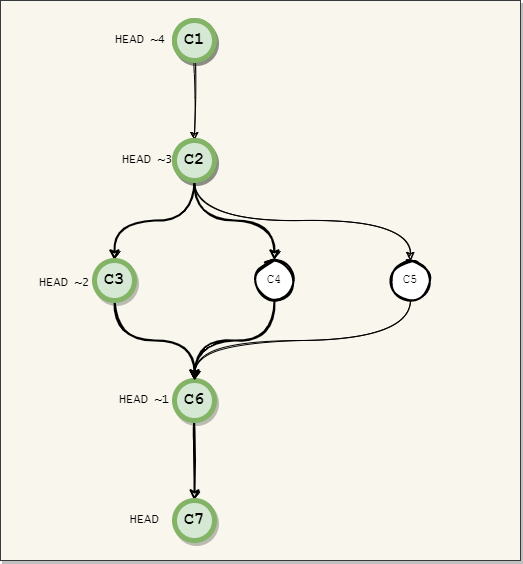
The draw.io diagram assets/images/git-selectors-tilde.png in braboj/tutorial-git, before a commit. Source tidied: cells renumbered, new cells last; positions are measured from the earlier drawing's top-left corner, leaving out a move shared by most shapes.
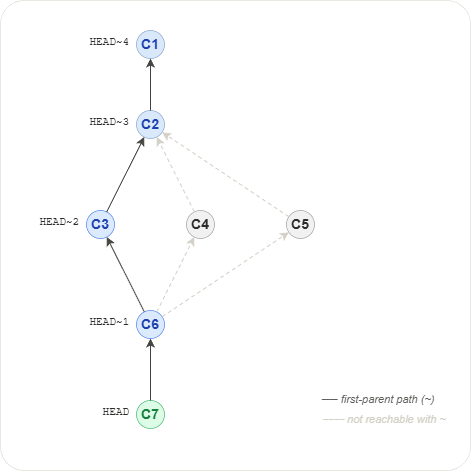
The same diagram one commit later.

Diff of the diagram source:
```diff
@@ -2,81 +2,74 @@
   <root>
     <mxCell id="0" />
     <mxCell id="1" parent="0" />
-    <mxCell id="2" style="whiteSpace=wrap;html=1;shadow=1;fillStyle=auto;sketch=0;fillColor=#f9f7ed;strokeColor=#36393d;" parent="1" vertex="1">
-      <mxGeometry width="520" height="560" as="geometry" />
-    </mxCell>
-    <mxCell id="3" style="edgeStyle=orthogonalEdgeStyle;jettySize=auto;html=1;exitX=0.5;exitY=1;exitDx=0;exitDy=0;sketch=1;curved=1;" parent="1" edge="1" source="15" target="7">
-      <mxGeometry relative="1" as="geometry" />
-    </mxCell>
-    <mxCell id="4" style="edgeStyle=orthogonalEdgeStyle;jettySize=auto;html=1;exitX=0.5;exitY=1;exitDx=0;exitDy=0;entryX=0.5;entryY=0;entryDx=0;entryDy=0;strokeWidth=2;sketch=1;curved=1;" parent="1" edge="1" source="7" target="11">
-      <mxGeometry relative="1" as="geometry" />
-    </mxCell>
-    <mxCell id="5" style="edgeStyle=orthogonalEdgeStyle;jettySize=auto;html=1;entryX=0.5;entryY=0;entryDx=0;entryDy=0;exitX=0.5;exitY=1;exitDx=0;exitDy=0;strokeWidth=2;sketch=1;curved=1;" parent="1" edge="1" source="7" target="9">
-      <mxGeometry relative="1" as="geometry" />
-    </mxCell>
-    <mxCell id="6" style="edgeStyle=orthogonalEdgeStyle;jettySize=auto;html=1;entryX=0.5;entryY=0;entryDx=0;entryDy=0;exitX=0.5;exitY=1;exitDx=0;exitDy=0;sketch=1;curved=1;" parent="1" edge="1" source="7" target="22">
-      <mxGeometry relative="1" as="geometry" />
-    </mxCell>
-    <mxCell id="7" value="C2" style="ellipse;whiteSpace=wrap;html=1;strokeWidth=5;shadow=1;sketch=0;fillColor=#d5e8d4;strokeColor=#82b366;" parent="1" vertex="1">
-      <mxGeometry x="174" y="140" width="40" height="40" as="geometry" />
-    </mxCell>
-    <mxCell id="8" style="edgeStyle=orthogonalEdgeStyle;jettySize=auto;html=1;exitX=0.5;exitY=1;exitDx=0;exitDy=0;strokeWidth=2;sketch=1;curved=1;" parent="1" edge="1" source="9" target="13">
-      <mxGeometry relative="1" as="geometry" />
-    </mxCell>
+    <mxCell id="25" style="rounded=1;whiteSpace=wrap;html=1;fillColor=#FFFFFF;strokeColor=#D3D1C7;strokeWidth=0.5;shadow=0;arcSize=5;" parent="1" vertex="1">
+      <mxGeometry y="-10" width="470" height="470" as="geometry" />
+    </mxCell>
+    <mxCell id="26" value="C1" style="ellipse;whiteSpace=wrap;html=1;fillColor=#dae8fc;strokeColor=#6c8ebf;strokeWidth=0.5;shadow=0;fontSize=14;fontStyle=1;fontFamily=Helvetica;fontColor=#1E40AF;" parent="1" vertex="1">
+      <mxGeometry x="136" y="20" width="28" height="28" as="geometry" />
+    </mxCell>
+    <mxCell id="27" value="HEAD~4" style="text;html=1;strokeColor=none;fillColor=none;align=right;verticalAlign=middle;fontSize=11;fontStyle=0;fontColor=#2C2C2A;fontFamily=Courier New;" parent="1" vertex="1">
+      <mxGeometry x="50" y="23" width="80" height="18" as="geometry" />
+    </mxCell>
+    <mxCell id="28" value="C2" style="ellipse;whiteSpace=wrap;html=1;fillColor=#dae8fc;strokeColor=#6c8ebf;strokeWidth=0.5;shadow=0;fontSize=14;fontStyle=1;fontFamily=Helvetica;fontColor=#1E40AF;" parent="1" vertex="1">
+      <mxGeometry x="136" y="100" width="28" height="28" as="geometry" />
+    </mxCell>
+    <mxCell id="29" value="HEAD~3" style="text;html=1;strokeColor=none;fillColor=none;align=right;verticalAlign=middle;fontSize=11;fontStyle=0;fontColor=#2C2C2A;fontFamily=Courier New;" parent="1" vertex="1">
+      <mxGeometry x="50" y="103" width="80" height="18" as="geometry" />
+    </mxCell>
-    <mxCell id="9" value="C3" style="ellipse;whiteSpace=wrap;html=1;strokeWidth=5;sketch=0;fillColor=#d5e8d4;strokeColor=#82b366;shadow=1;fontSize=17;fontStyle=1;fontFamily=Courier New;" parent="1" vertex="1">
-      <mxGeometry x="94" y="260" width="40" height="40" as="geometry" />
+    <mxCell id="9" value="C3" style="ellipse;whiteSpace=wrap;html=1;fillColor=#DBEAFE;strokeColor=#2563EB;strokeWidth=0.5;shadow=0;fontSize=14;fontStyle=1;fontColor=#1E40AF;fontFamily=Helvetica;" parent="1" vertex="1">
+      <mxGeometry x="86" y="200" width="28" height="28" as="geometry" />
     </mxCell>
-    <mxCell id="10" style="edgeStyle=orthogonalEdgeStyle;jettySize=auto;html=1;exitX=0.5;exitY=1;exitDx=0;exitDy=0;strokeWidth=2;sketch=1;curved=1;" parent="1" edge="1" source="11">
-      <mxGeometry relative="1" as="geometry">
-        <mxPoint x="194" y="380" as="targetPoint" />
-      </mxGeometry>
-    </mxCell>
+    <mxCell id="30" value="HEAD~2" style="text;html=1;strokeColor=none;fillColor=none;align=right;verticalAlign=middle;fontSize=11;fontStyle=0;fontColor=#2C2C2A;fontFamily=Courier New;" parent="1" vertex="1">
+      <mxGeometry y="203" width="80" height="18" as="geometry" />
+    </mxCell>
-    <mxCell id="11" value="C4" style="ellipse;whiteSpace=wrap;html=1;strokeWidth=2;sketch=1;fontFamily=Courier New;" parent="1" vertex="1">
-      <mxGeometry x="254" y="260" width="40" height="40" as="geometry" />
+    <mxCell id="11" value="C4" style="ellipse;whiteSpace=wrap;html=1;fillColor=#F1F1F1;strokeColor=#888888;strokeWidth=0.5;shadow=0;fontSize=14;fontStyle=1;fontColor=#2C2C2A;fontFamily=Helvetica;" parent="1" vertex="1">
+      <mxGeometry x="186" y="200" width="28" height="28" as="geometry" />
     </mxCell>
-    <mxCell id="12" style="edgeStyle=orthogonalEdgeStyle;jettySize=auto;html=1;strokeWidth=2;sketch=1;curved=1;" parent="1" edge="1" source="13" target="14">
-      <mxGeometry relative="1" as="geometry" />
-    </mxCell>
+    <mxCell id="22" value="C5" style="ellipse;whiteSpace=wrap;html=1;fillColor=#F1F1F1;strokeColor=#888888;strokeWidth=0.5;shadow=0;fontSize=14;fontStyle=1;fontColor=#2C2C2A;fontFamily=Helvetica;" parent="1" vertex="1">
+      <mxGeometry x="286" y="200" width="28" height="28" as="geometry" />
+    </mxCell>
-    <mxCell id="13" value="C6" style="ellipse;whiteSpace=wrap;html=1;strokeWidth=5;sketch=0;fillColor=#d5e8d4;strokeColor=#82b366;shadow=1;fontSize=17;fontStyle=1;fontFamily=Courier New;" parent="1" vertex="1">
-      <mxGeometry x="174" y="380" width="40" height="40" as="geometry" />
+    <mxCell id="13" value="C6" style="ellipse;whiteSpace=wrap;html=1;fillColor=#DBEAFE;strokeColor=#2563EB;strokeWidth=0.5;shadow=0;fontSize=14;fontStyle=1;fontColor=#1E40AF;fontFamily=Helvetica;" parent="1" vertex="1">
+      <mxGeometry x="136" y="300" width="28" height="28" as="geometry" />
     </mxCell>
+    <mxCell id="31" value="HEAD~1" style="text;html=1;strokeColor=none;fillColor=none;align=right;verticalAlign=middle;fontSize=11;fontStyle=0;fontColor=#2C2C2A;fontFamily=Courier New;" parent="1" vertex="1">
+      <mxGeometry x="50" y="303" width="80" height="18" as="geometry" />
+    </mxCell>
-    <mxCell id="14" value="C7" style="ellipse;whiteSpace=wrap;html=1;strokeWidth=5;sketch=0;fillColor=#d5e8d4;strokeColor=#82b366;shadow=1;fontSize=17;fontStyle=1;fontFamily=Courier New;" parent="1" vertex="1">
-      <mxGeometry x="174" y="500" width="40" height="40" as="geometry" />
+    <mxCell id="14" value="C7" style="ellipse;whiteSpace=wrap;html=1;fillColor=#DCFCE7;strokeColor=#16A34A;strokeWidth=0.5;shadow=0;fontSize=14;fontStyle=1;fontColor=#15803D;fontFamily=Helvetica;" parent="1" vertex="1">
+      <mxGeometry x="136" y="390" width="28" height="28" as="geometry" />
     </mxCell>
-    <mxCell id="15" value="C1" style="ellipse;whiteSpace=wrap;html=1;strokeWidth=5;shadow=1;sketch=0;fillColor=#d5e8d4;strokeColor=#82b366;" parent="1" vertex="1">
-      <mxGeometry x="174" y="20" width="40" height="40" as="geometry" />
-    </mxCell>
-    <mxCell id="16" value="HEAD" style="text;html=1;strokeColor=none;fillColor=none;align=center;verticalAlign=middle;whiteSpace=wrap;sketch=1;fontFamily=Lucida Console;" parent="1" vertex="1">
-      <mxGeometry x="114" y="505" width="60" height="30" as="geometry" />
+    <mxCell id="16" value="HEAD" style="text;html=1;strokeColor=none;fillColor=none;align=right;verticalAlign=middle;fontSize=11;fontStyle=0;fontColor=#2C2C2A;fontFamily=Courier New;" parent="1" vertex="1">
+      <mxGeometry x="50" y="393" width="80" height="18" as="geometry" />
     </mxCell>
-    <mxCell id="17" value="HEAD ~1" style="text;html=1;strokeColor=none;fillColor=none;align=center;verticalAlign=middle;whiteSpace=wrap;sketch=1;fontFamily=Lucida Console;" parent="1" vertex="1">
-      <mxGeometry x="114" y="385" width="60" height="30" as="geometry" />
-    </mxCell>
-    <mxCell id="18" value="HEAD ~2" style="text;html=1;strokeColor=none;fillColor=none;align=center;verticalAlign=middle;whiteSpace=wrap;sketch=1;fontFamily=Lucida Console;" parent="1" vertex="1">
-      <mxGeometry x="34" y="265" width="60" height="35" as="geometry" />
-    </mxCell>
-    <mxCell id="19" value="HEAD ~3" style="text;html=1;strokeColor=none;fillColor=none;align=center;verticalAlign=middle;whiteSpace=wrap;sketch=1;fontFamily=Lucida Console;" parent="1" vertex="1">
-      <mxGeometry x="120" y="145" width="54" height="30" as="geometry" />
-    </mxCell>
-    <mxCell id="20" value="HEAD ~4&lt;br&gt;" style="text;html=1;strokeColor=none;fillColor=none;align=center;verticalAlign=middle;whiteSpace=wrap;sketch=1;fontFamily=Lucida Console;" parent="1" vertex="1">
-      <mxGeometry x="110" y="30" width="60" height="20" as="geometry" />
-    </mxCell>
-    <mxCell id="21" style="edgeStyle=orthogonalEdgeStyle;jettySize=auto;html=1;entryX=0.5;entryY=0;entryDx=0;entryDy=0;sketch=1;curved=1;" parent="1" edge="1" source="22" target="13">
-      <mxGeometry relative="1" as="geometry">
-        <Array as="points">
-          <mxPoint x="410" y="340" />
-          <mxPoint x="194" y="340" />
-        </Array>
-      </mxGeometry>
-    </mxCell>
-    <mxCell id="22" value="C5" style="ellipse;whiteSpace=wrap;html=1;strokeWidth=2;sketch=1;fontFamily=Courier New;" parent="1" vertex="1">
-      <mxGeometry x="390" y="260" width="40" height="40" as="geometry" />
-    </mxCell>
-    <mxCell id="23" value="C1" style="ellipse;whiteSpace=wrap;html=1;strokeWidth=5;shadow=1;sketch=0;fillColor=#d5e8d4;strokeColor=#82b366;fontSize=17;fontStyle=1;fontFamily=Courier New;" parent="1" vertex="1">
-      <mxGeometry x="174" y="20" width="40" height="40" as="geometry" />
-    </mxCell>
-    <mxCell id="24" value="C2" style="ellipse;whiteSpace=wrap;html=1;strokeWidth=5;shadow=1;sketch=0;fillColor=#d5e8d4;strokeColor=#82b366;fontSize=17;fontStyle=1;fontFamily=Courier New;" parent="1" vertex="1">
-      <mxGeometry x="174" y="140" width="40" height="40" as="geometry" />
-    </mxCell>
+    <mxCell id="32" style="endArrow=classic;html=1;strokeColor=#444441;strokeWidth=1;endFill=1;endSize=6;" parent="1" edge="1" source="14" target="13">
+      <mxGeometry relative="1" as="geometry" />
+    </mxCell>
+    <mxCell id="33" style="endArrow=classic;html=1;strokeColor=#444441;strokeWidth=1;endFill=1;endSize=6;" parent="1" edge="1" source="13" target="9">
+      <mxGeometry relative="1" as="geometry" />
+    </mxCell>
+    <mxCell id="34" style="endArrow=classic;html=1;strokeColor=#D3D1C7;strokeWidth=1;endFill=1;endSize=6;dashed=1;dashPattern=4 3;" parent="1" edge="1" source="13" target="11">
+      <mxGeometry relative="1" as="geometry" />
+    </mxCell>
+    <mxCell id="35" style="endArrow=classic;html=1;strokeColor=#D3D1C7;strokeWidth=1;endFill=1;endSize=6;dashed=1;dashPattern=4 3;" parent="1" edge="1" source="13" target="22">
+      <mxGeometry relative="1" as="geometry" />
+    </mxCell>
+    <mxCell id="36" style="endArrow=classic;html=1;strokeColor=#444441;strokeWidth=1;endFill=1;endSize=6;" parent="1" edge="1" source="9" target="28">
+      <mxGeometry relative="1" as="geometry" />
+    </mxCell>
+    <mxCell id="37" style="endArrow=classic;html=1;strokeColor=#D3D1C7;strokeWidth=1;endFill=1;endSize=6;dashed=1;dashPattern=4 3;" parent="1" edge="1" source="11" target="28">
+      <mxGeometry relative="1" as="geometry" />
+    </mxCell>
+    <mxCell id="38" style="endArrow=classic;html=1;strokeColor=#D3D1C7;strokeWidth=1;endFill=1;endSize=6;dashed=1;dashPattern=4 3;" parent="1" edge="1" source="22" target="28">
+      <mxGeometry relative="1" as="geometry" />
+    </mxCell>
+    <mxCell id="39" style="endArrow=classic;html=1;strokeColor=#444441;strokeWidth=1;endFill=1;endSize=6;" parent="1" edge="1" source="28" target="26">
+      <mxGeometry relative="1" as="geometry" />
+    </mxCell>
+    <mxCell id="40" value="── first-parent path (~)" style="text;html=1;strokeColor=none;fillColor=none;align=left;verticalAlign=middle;fontSize=11;fontStyle=2;fontColor=#5F5E5A;fontFamily=Helvetica;" parent="1" vertex="1">
+      <mxGeometry x="320" y="380" width="140" height="18" as="geometry" />
+    </mxCell>
+    <mxCell id="41" value="╌╌ not reachable with ~" style="text;html=1;strokeColor=none;fillColor=none;align=left;verticalAlign=middle;fontSize=11;fontStyle=2;fontColor=#D3D1C7;fontFamily=Helvetica;" parent="1" vertex="1">
+      <mxGeometry x="320" y="400" width="140" height="18" as="geometry" />
+    </mxCell>
   </root>
 </mxGraphModel>
```
